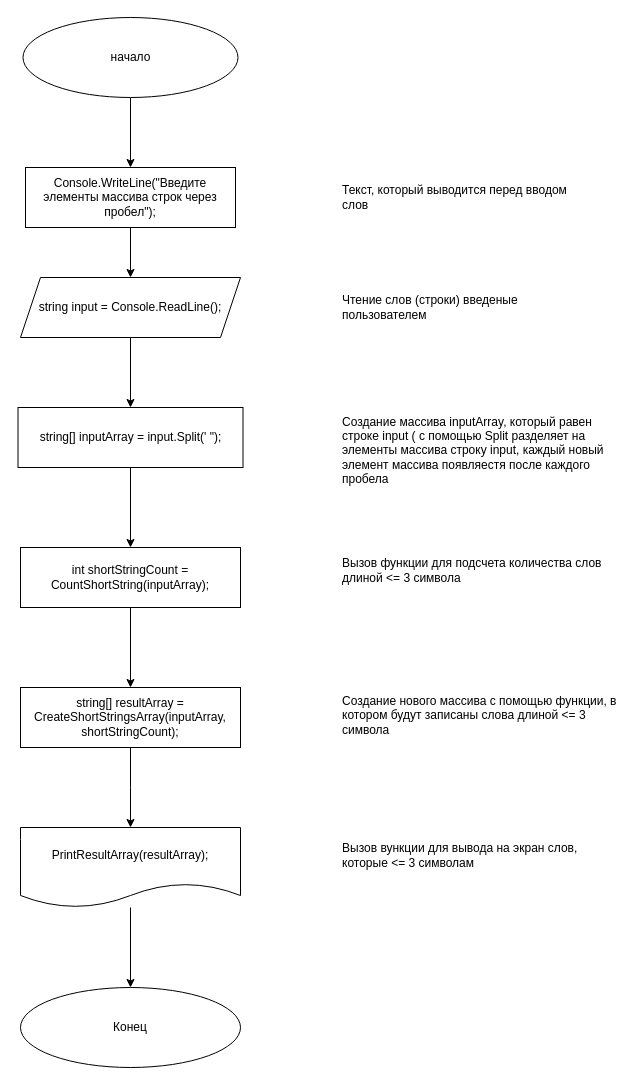
Before: блок схема.drawio in kkssiinn/-, a draw.io diagram. Source tidied: cells renumbered, new cells numbered last; positions are measured from the earlier drawing's top-left corner, leaving out a move shared by most shapes. Both pictures are drawn from the tidied source at 100%, with x=0, y=0 at pixel (18, 17).
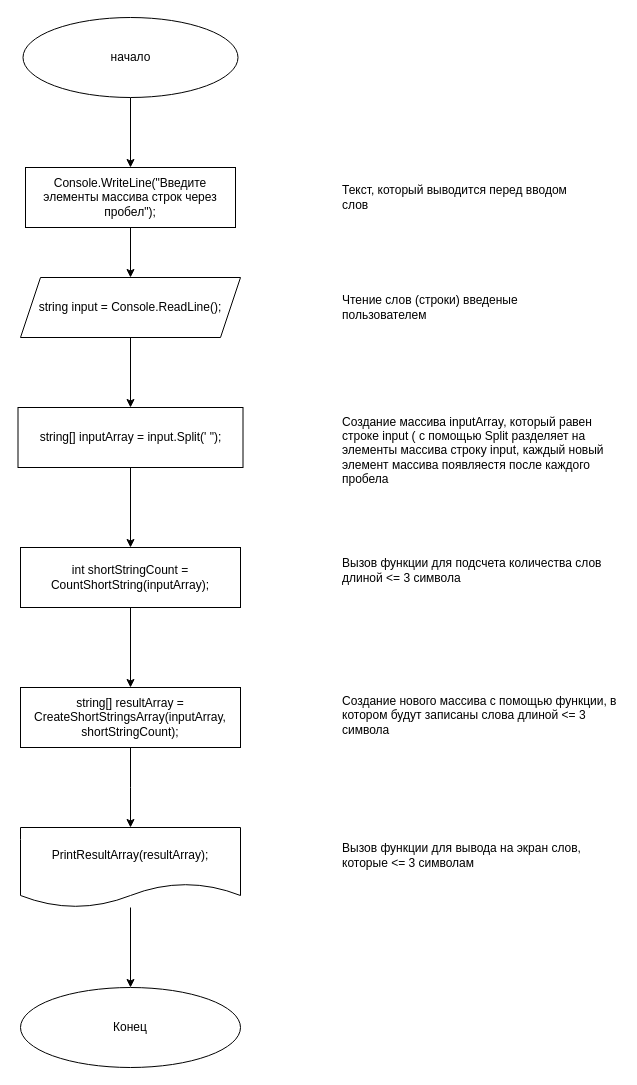
After the change.

Change to the diagram source:
```diff
@@
-    <mxCell id="21" value="&lt;div style=&quot;&quot;&gt;Вызов вункции для вывода на экран слов, которые &amp;lt;= 3 символам&lt;/div&gt;" style="text;html=1;align=left;verticalAlign=middle;whiteSpace=wrap;rounded=0;" parent="1" vertex="1">
+    <mxCell id="21" value="&lt;div style=&quot;&quot;&gt;Вызов функции для вывода на экран слов, которые &amp;lt;= 3 символам&lt;/div&gt;" style="text;html=1;align=left;verticalAlign=middle;whiteSpace=wrap;rounded=0;" parent="1" vertex="1">
       <mxGeometry x="322" y="810" width="280" height="55" as="geometry" />
     </mxCell>
```
